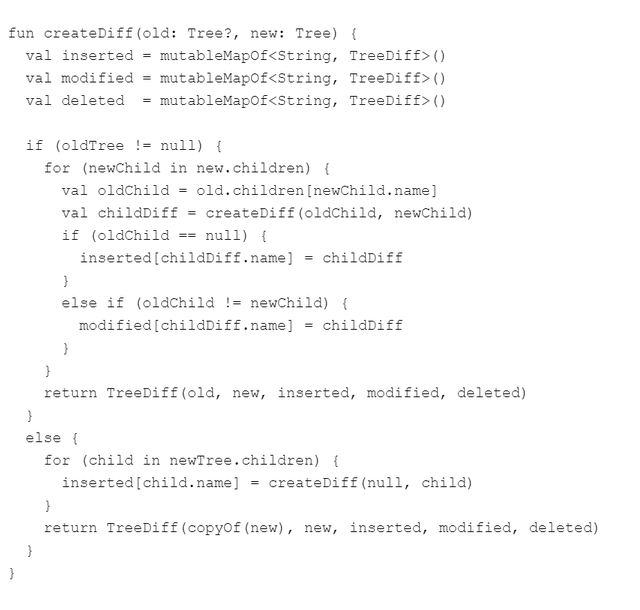
josh-127/ide-perf keeps this draw.io diagram as docs/tree_diff_code.png. Above is the earlier version. Source tidied: cells renumbered, new cells last; positions are measured from the earlier drawing's top-left corner, leaving out a move shared by most shapes. Its diagram source:
```xml
<mxGraphModel>
  <root>
    <mxCell id="0" />
    <mxCell id="1" parent="0" />
    <mxCell id="2" value="&lt;font face=&quot;Courier New&quot; style=&quot;font-size: 10px&quot;&gt;&lt;span&gt;fun createDiff(old: Tree?, new: Tree) {&lt;br&gt;&amp;nbsp; val inserted = mutableMapOf&amp;lt;String, TreeDiff&amp;gt;()&lt;br&gt;&amp;nbsp; val modified = mutableMapOf&amp;lt;String, TreeDiff&amp;gt;()&lt;br&gt;&amp;nbsp; val deleted&amp;nbsp; = mutableMapOf&amp;lt;String, TreeDiff&amp;gt;()&lt;br&gt;&lt;br&gt;&amp;nbsp; if (oldTree != null) {&lt;br&gt;&amp;nbsp; &amp;nbsp; for (newChild in new.children) {&lt;br&gt;&amp;nbsp; &amp;nbsp; &amp;nbsp; val oldChild = old.children[newChild.name]&lt;br&gt;&amp;nbsp; &amp;nbsp; &amp;nbsp; val childDiff = createDiff(oldChild, newChild)&lt;br&gt;&amp;nbsp; &amp;nbsp; &amp;nbsp; if (oldChild == null) {&lt;br&gt;&amp;nbsp; &amp;nbsp; &amp;nbsp; &amp;nbsp; inserted[childDiff.name] = childDiff&lt;br&gt;&amp;nbsp; &amp;nbsp; &amp;nbsp; }&lt;br&gt;&amp;nbsp; &amp;nbsp; &amp;nbsp; else if (oldChild != newChild) {&lt;br&gt;&amp;nbsp; &amp;nbsp; &amp;nbsp; &amp;nbsp; modified[childDiff.name] = childDiff&lt;br&gt;&amp;nbsp; &amp;nbsp; &amp;nbsp; }&lt;br&gt;&amp;nbsp; &amp;nbsp; }&lt;br&gt;&amp;nbsp; &amp;nbsp; return TreeDiff(old, new, inserted, modified, deleted)&lt;br&gt;&amp;nbsp; }&lt;br&gt;&amp;nbsp; else {&lt;br&gt;&amp;nbsp; &amp;nbsp; for (child in newTree.children) {&lt;br&gt;&amp;nbsp; &amp;nbsp; &amp;nbsp; inserted[child.name] = createDiff(null, child)&lt;br&gt;&amp;nbsp; &amp;nbsp; }&lt;br&gt;&amp;nbsp; &amp;nbsp; return TreeDiff(copyOf(new), new, inserted, modified, deleted)&lt;br&gt;&amp;nbsp; }&lt;br&gt;}&lt;br&gt;&lt;/span&gt;&lt;/font&gt;" style="text;html=1;align=left;verticalAlign=middle;whiteSpace=wrap;rounded=0;fillColor=#ffffff;strokeColor=none;" parent="1" vertex="1">
      <mxGeometry width="420" height="400" as="geometry" />
    </mxCell>
  </root>
</mxGraphModel>
```
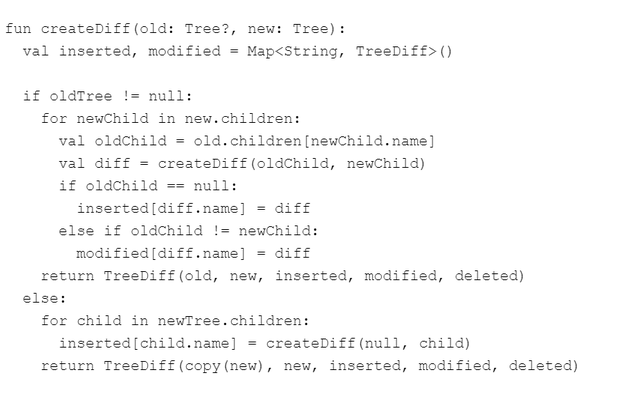
Above is the later version.

Diff of the diagram source:
```diff
@@ -2,8 +2,8 @@
   <root>
     <mxCell id="0" />
     <mxCell id="1" parent="0" />
-    <mxCell id="2" value="&lt;font face=&quot;Courier New&quot; style=&quot;font-size: 10px&quot;&gt;&lt;span&gt;fun createDiff(old: Tree?, new: Tree) {&lt;br&gt;&amp;nbsp; val inserted = mutableMapOf&amp;lt;String, TreeDiff&amp;gt;()&lt;br&gt;&amp;nbsp; val modified = mutableMapOf&amp;lt;String, TreeDiff&amp;gt;()&lt;br&gt;&amp;nbsp; val deleted&amp;nbsp; = mutableMapOf&amp;lt;String, TreeDiff&amp;gt;()&lt;br&gt;&lt;br&gt;&amp;nbsp; if (oldTree != null) {&lt;br&gt;&amp;nbsp; &amp;nbsp; for (newChild in new.children) {&lt;br&gt;&amp;nbsp; &amp;nbsp; &amp;nbsp; val oldChild = old.children[newChild.name]&lt;br&gt;&amp;nbsp; &amp;nbsp; &amp;nbsp; val childDiff = createDiff(oldChild, newChild)&lt;br&gt;&amp;nbsp; &amp;nbsp; &amp;nbsp; if (oldChild == null) {&lt;br&gt;&amp;nbsp; &amp;nbsp; &amp;nbsp; &amp;nbsp; inserted[childDiff.name] = childDiff&lt;br&gt;&amp;nbsp; &amp;nbsp; &amp;nbsp; }&lt;br&gt;&amp;nbsp; &amp;nbsp; &amp;nbsp; else if (oldChild != newChild) {&lt;br&gt;&amp;nbsp; &amp;nbsp; &amp;nbsp; &amp;nbsp; modified[childDiff.name] = childDiff&lt;br&gt;&amp;nbsp; &amp;nbsp; &amp;nbsp; }&lt;br&gt;&amp;nbsp; &amp;nbsp; }&lt;br&gt;&amp;nbsp; &amp;nbsp; return TreeDiff(old, new, inserted, modified, deleted)&lt;br&gt;&amp;nbsp; }&lt;br&gt;&amp;nbsp; else {&lt;br&gt;&amp;nbsp; &amp;nbsp; for (child in newTree.children) {&lt;br&gt;&amp;nbsp; &amp;nbsp; &amp;nbsp; inserted[child.name] = createDiff(null, child)&lt;br&gt;&amp;nbsp; &amp;nbsp; }&lt;br&gt;&amp;nbsp; &amp;nbsp; return TreeDiff(copyOf(new), new, inserted, modified, deleted)&lt;br&gt;&amp;nbsp; }&lt;br&gt;}&lt;br&gt;&lt;/span&gt;&lt;/font&gt;" style="text;html=1;align=left;verticalAlign=middle;whiteSpace=wrap;rounded=0;fillColor=#ffffff;strokeColor=none;" parent="1" vertex="1">
-      <mxGeometry width="420" height="400" as="geometry" />
+    <mxCell id="2" value="&lt;font face=&quot;Courier New&quot; style=&quot;font-size: 10px&quot;&gt;&lt;span&gt;fun createDiff(old: Tree?, new: Tree):&lt;br&gt;&amp;nbsp; val inserted, modified = Map&amp;lt;String, TreeDiff&amp;gt;()&lt;br&gt;&lt;br&gt;&amp;nbsp; if oldTree != null:&lt;br&gt;&amp;nbsp; &amp;nbsp; for newChild in new.children:&lt;br&gt;&amp;nbsp; &amp;nbsp; &amp;nbsp; val oldChild = old.children[newChild.name]&lt;br&gt;&amp;nbsp; &amp;nbsp; &amp;nbsp; val diff = createDiff(oldChild, newChild)&lt;br&gt;&amp;nbsp; &amp;nbsp; &amp;nbsp; if oldChild == null:&lt;br&gt;&amp;nbsp; &amp;nbsp; &amp;nbsp; &amp;nbsp; inserted[diff.name] = diff&lt;br&gt;&amp;nbsp; &amp;nbsp; &amp;nbsp; else if oldChild != newChild:&lt;br&gt;&amp;nbsp; &amp;nbsp; &amp;nbsp; &amp;nbsp; modified[diff.name] = diff&lt;br&gt;&amp;nbsp; &amp;nbsp; return TreeDiff(old, new, inserted, modified, deleted)&lt;br&gt;&amp;nbsp; else:&lt;br&gt;&amp;nbsp; &amp;nbsp; for child in newTree.children:&lt;br&gt;&amp;nbsp; &amp;nbsp; &amp;nbsp; inserted[child.name] = createDiff(null, child)&lt;br&gt;&amp;nbsp; &amp;nbsp; return TreeDiff(copy(new), new, inserted, modified, deleted)&lt;br&gt;&lt;/span&gt;&lt;/font&gt;" style="text;html=1;align=left;verticalAlign=middle;whiteSpace=wrap;rounded=0;fillColor=#ffffff;strokeColor=none;" parent="1" vertex="1">
+      <mxGeometry width="410" height="260" as="geometry" />
     </mxCell>
   </root>
 </mxGraphModel>
```
